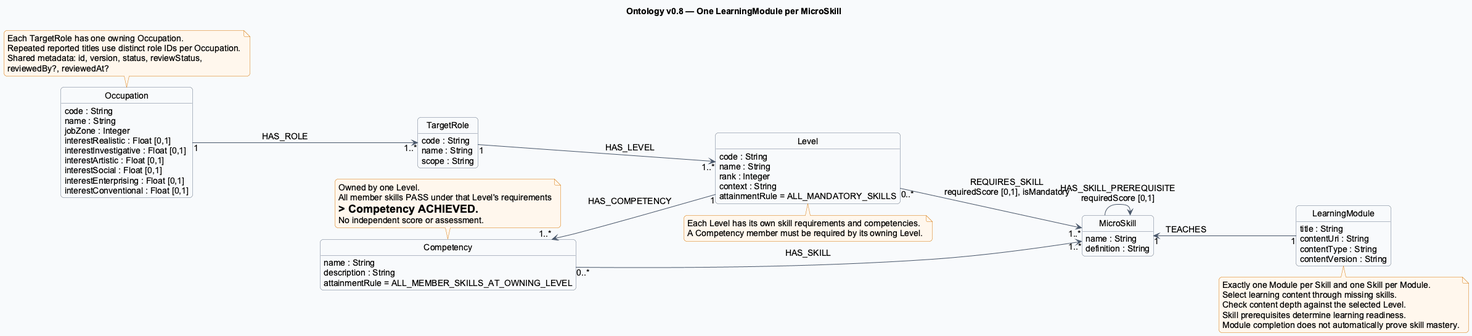
SEP490-Fall-2026-GFA26SE64/SEP490 keeps this PlantUML diagram as documents/diagrams/neo4j.png. Above is the earlier version.
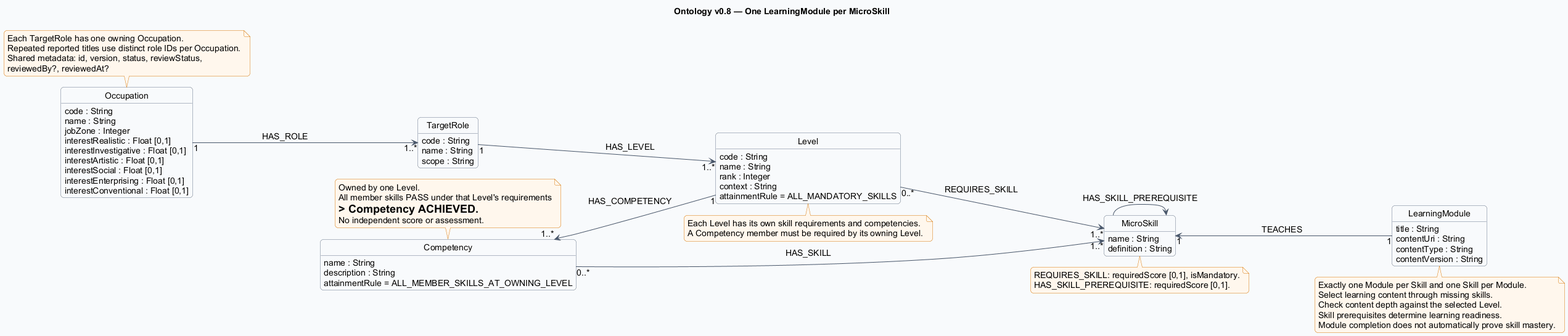
Later version of the same file.

Diff of the diagram source:
```diff
@@ -57,9 +57,13 @@
 TargetRole "1" --> "1..*" Level : HAS_LEVEL
 Level "1" -up-> "1..*" Competency : HAS_COMPETENCY
 Competency "0..*" --> "1..*" MicroSkill : HAS_SKILL
-Level "0..*" --> "1..*" MicroSkill : REQUIRES_SKILL\nrequiredScore [0,1], isMandatory
+Level "0..*" --> "1..*" MicroSkill : REQUIRES_SKILL
 LearningModule "1" -up-> "1" MicroSkill : TEACHES
-MicroSkill --> MicroSkill : HAS_SKILL_PREREQUISITE\nrequiredScore [0,1]
+MicroSkill --> MicroSkill : HAS_SKILL_PREREQUISITE
+note bottom of MicroSkill
+REQUIRES_SKILL: requiredScore [0,1], isMandatory.
+HAS_SKILL_PREREQUISITE: requiredScore [0,1].
+end note
 note top of Competency
 Owned by one Level.
 All member skills PASS under that Level's requirements
```
